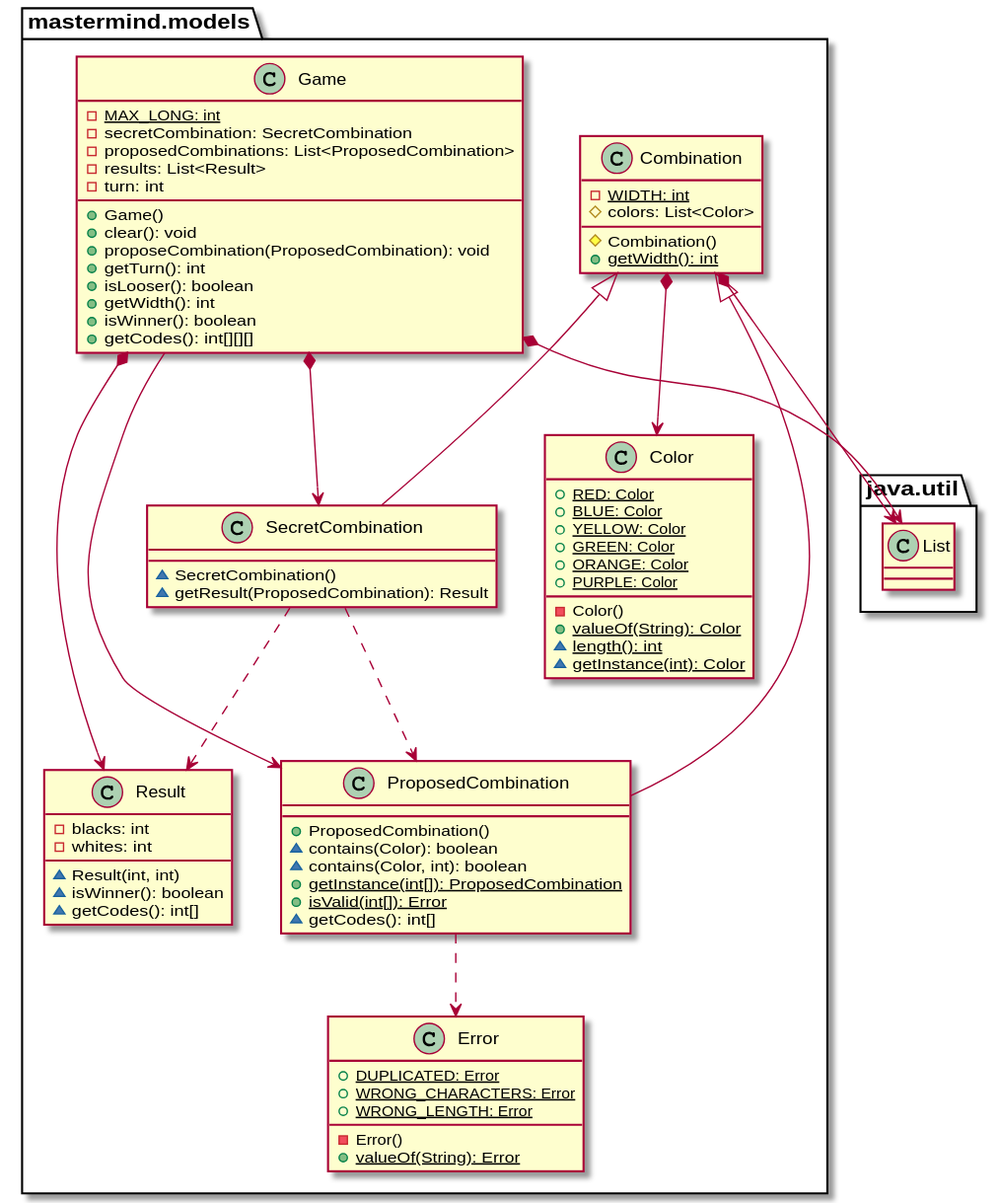
This is modelViewPresenter/presentationModel/withFacade/docs/diagrams/out/paquetes/usantatecla.mastermind.models.svg from SantaTecla-mastermind/solution.java.swing.socket.sql, a PlantUML export, as it was before one commit.
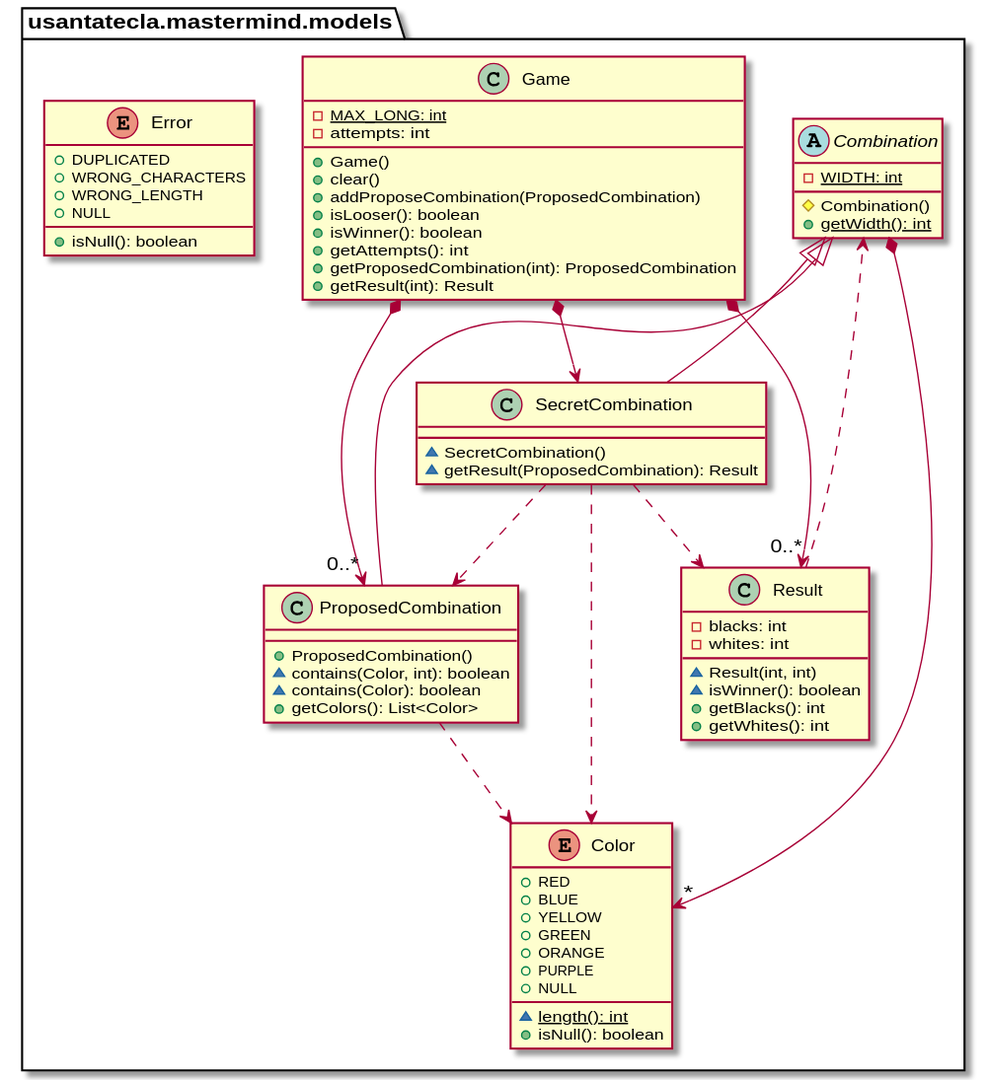
The same diagram one commit later.

Commit message:
Diagrams updated MVP Facade utils and models

What changed in the source:
```diff
@@ -1,78 +1,73 @@
 @startuml
-class  mastermind.models.Color{
-+ {static} RED: Color
-+ {static} BLUE: Color
-+ {static} YELLOW: Color
-+ {static} GREEN: Color
-+ {static} ORANGE: Color
-+ {static} PURPLE: Color
-- Color()
-+ {static} valueOf(String): Color
-~ {static} length(): int
-~ {static} getInstance(int): Color
-}
-
-class  mastermind.models.Combination{
+abstract class usantatecla.mastermind.models.Combination {
 - {static} WIDTH: int
-# colors: List<Color>
 # Combination()
 + {static} getWidth(): int
 }
-mastermind.models.Combination *-down-> java.util.List
-mastermind.models.Combination *-down-> mastermind.models.Color
+usantatecla.mastermind.models.Combination *-down-> "*" usantatecla.mastermind.models.Color
 
-class  mastermind.models.Error{
-+ {static} DUPLICATED: Error
-+ {static} WRONG_CHARACTERS: Error
-+ {static} WRONG_LENGTH: Error
-- Error()
-+ {static} valueOf(String): Error
+class usantatecla.mastermind.models.Game {
+- {static} MAX_LONG: int
+- attempts: int
++ Game()
++ clear()
++ addProposeCombination(ProposedCombination)
++ isLooser(): boolean
++ isWinner(): boolean
++ getAttempts(): int
++ getProposedCombination(int): ProposedCombination
++ getResult(int): Result
 }
+usantatecla.mastermind.models.Game *-down-> usantatecla.mastermind.models.SecretCombination
+usantatecla.mastermind.models.Game *-down-> "0..*" usantatecla.mastermind.models.Result
+usantatecla.mastermind.models.Game *-down-> "0..*" usantatecla.mastermind.models.ProposedCombination
 
-class  mastermind.models.Game{
-- {static} MAX_LONG: int
-- secretCombination: SecretCombination
-- proposedCombinations: List<ProposedCombination>
-- results: List<Result>
-- turn: int
-+ Game()
-+ clear(): void
-+ proposeCombination(ProposedCombination): void
-+ getTurn(): int
-+ isLooser(): boolean
-+ getWidth(): int
-+ isWinner(): boolean
-+ getCodes(): int[][][]
+class usantatecla.mastermind.models.ProposedCombination {
++ ProposedCombination()
+~ contains(Color, int): boolean
+~ contains(Color): boolean
++ getColors(): List<Color>
 }
-mastermind.models.Game *-down-> java.util.List
-mastermind.models.Game *-down-> mastermind.models.SecretCombination
-mastermind.models.Game *-down-> mastermind.models.Result
-mastermind.models.Game --> mastermind.models.ProposedCombination
+usantatecla.mastermind.models.Combination <|-down- usantatecla.mastermind.models.ProposedCombination
+usantatecla.mastermind.models.ProposedCombination ..> usantatecla.mastermind.models.Color
 
-class  mastermind.models.ProposedCombination{
-+ ProposedCombination()
-~ contains(Color): boolean
-~ contains(Color, int): boolean
-+ {static} getInstance(int[]): ProposedCombination
-+ {static} isValid(int[]): Error
-~ getCodes(): int[]
+class usantatecla.mastermind.models.SecretCombination {
+~ SecretCombination()
+~ getResult(ProposedCombination): Result
 }
-mastermind.models.Combination <|-down- mastermind.models.ProposedCombination
-mastermind.models.ProposedCombination ..> mastermind.models.Error
+usantatecla.mastermind.models.Combination <|-down- usantatecla.mastermind.models.SecretCombination
+usantatecla.mastermind.models.SecretCombination ..> usantatecla.mastermind.models.Result
+usantatecla.mastermind.models.SecretCombination ..> usantatecla.mastermind.models.ProposedCombination
+usantatecla.mastermind.models.SecretCombination ..> usantatecla.mastermind.models.Color
 
-class  mastermind.models.Result{
+class usantatecla.mastermind.models.Result {
 - blacks: int
 - whites: int
 ~ Result(int, int)
 ~ isWinner(): boolean
-~ getCodes(): int[]
++ getBlacks(): int
++ getWhites(): int
 }
 
-class  mastermind.models.SecretCombination{
-~ SecretCombination()
-~ getResult(ProposedCombination): Result
+usantatecla.mastermind.models.Result -down..> usantatecla.mastermind.models.Combination
+
+enum usantatecla.mastermind.models.Color {
++ RED
++ BLUE
++ YELLOW
++ GREEN
++ ORANGE
++ PURPLE
++ NULL
+~ {static} length(): int
++ isNull(): boolean
 }
-mastermind.models.Combination <|-down- mastermind.models.SecretCombination
-mastermind.models.SecretCombination ..> mastermind.models.Result
-mastermind.models.SecretCombination ..> mastermind.models.ProposedCombination
+
+enum usantatecla.mastermind.models.Error {
++ DUPLICATED
++ WRONG_CHARACTERS
++ WRONG_LENGTH
++ NULL
++ isNull(): boolean
+}
 @enduml
```
